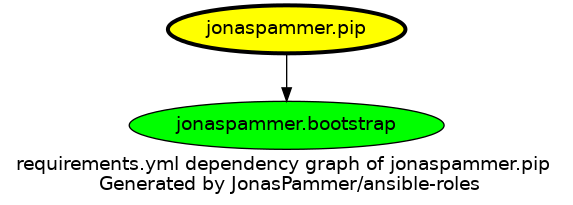
Earlier version of the Graphviz export graphs/dependencies_pip.png (JonasPammer/ansible-roles). Its source is kept beside it as graphs/dependencies_pip.dot.
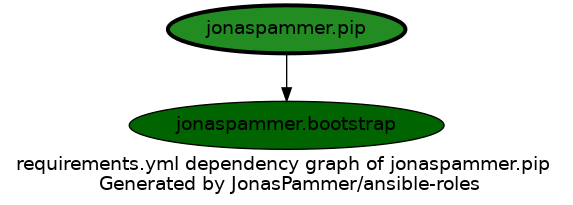
The same diagram one commit later.

What changed in the source:
```diff
@@ -3,8 +3,8 @@
   overlap=false
 
   {
-    "jonaspammer.pip" [fillcolor=yellow style=filled penwidth=3]
-    "jonaspammer.bootstrap" [fillcolor=green style=filled ]
+    "jonaspammer.pip" [fillcolor=forestgreen style=filled penwidth=3]
+    "jonaspammer.bootstrap" [fillcolor=darkgreen style=filled ]
   }
 
 
```
